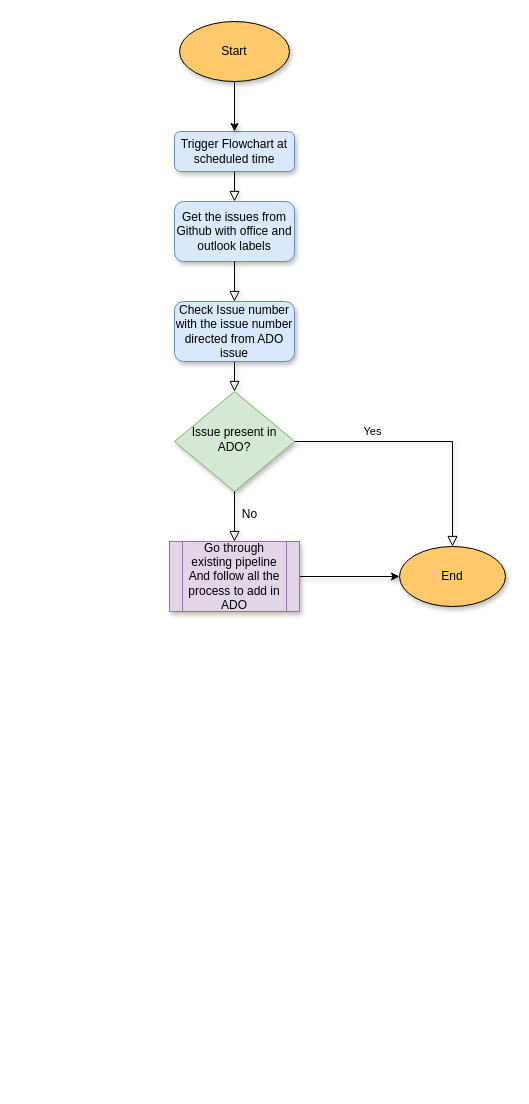
This is Untitled Diagram.drawio from contactsmriti/extensibilityMS, a draw.io file, before an edit. Source tidied: cells renumbered, new cells numbered last; positions are measured from the earlier drawing's top-left corner, leaving out a move shared by most shapes. Both pictures are drawn from the tidied source at 100%, with x=0, y=0 at pixel (169, 21).
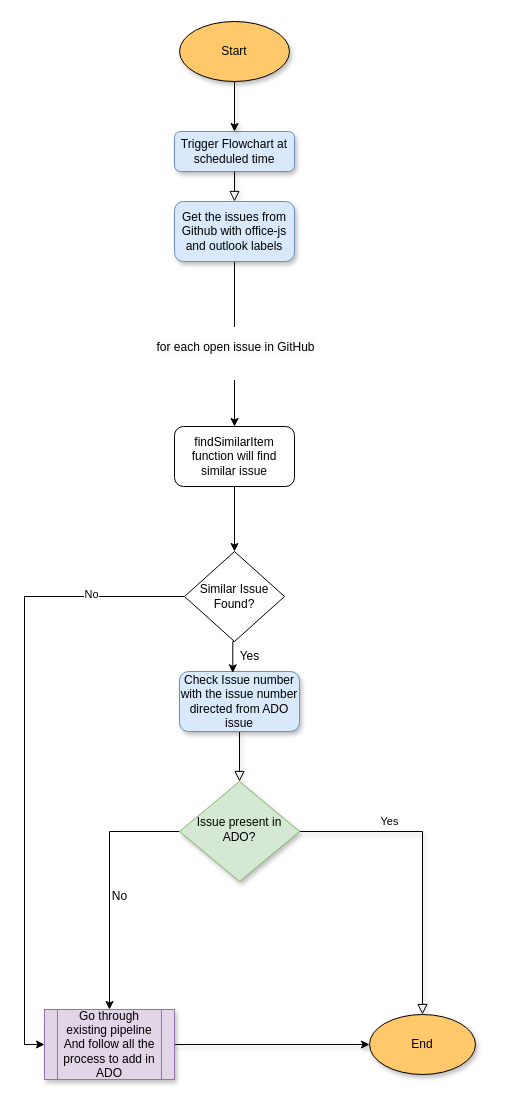
The same page after the edit.

What changed in the source:
```diff
@@
+    <mxCell id="11" style="edgeStyle=orthogonalEdgeStyle;rounded=0;jettySize=auto;html=1;entryX=0.5;entryY=0;entryDx=0;entryDy=0;" parent="1" edge="1" source="5" target="13">
+      <mxGeometry relative="1" as="geometry" />
+    </mxCell>
     <mxCell id="5" value="Issue present in ADO?" style="rhombus;whiteSpace=wrap;html=1;shadow=1;fontFamily=Helvetica;fontSize=12;align=center;strokeWidth=1;spacing=6;spacingTop=-4;fillColor=#d5e8d4;strokeColor=#82b366;" parent="1" vertex="1">
-      <mxGeometry x="5" y="370" width="120" height="100" as="geometry" />
+      <mxGeometry x="10" y="760" width="120" height="100" as="geometry" />
     </mxCell>
@@
+    <mxCell id="17" style="edgeStyle=orthogonalEdgeStyle;rounded=0;jettySize=auto;html=1;" parent="1" edge="1" source="7" target="20">
+      <mxGeometry relative="1" as="geometry" />
+    </mxCell>
+    <mxCell id="18" value="&#10;&lt;span style=&quot;color: rgb(0, 0, 0); font-family: Helvetica; font-size: 12px; font-style: normal; font-variant-ligatures: normal; font-variant-caps: normal; font-weight: 400; letter-spacing: normal; orphans: 2; text-align: center; text-indent: 0px; text-transform: none; widows: 2; word-spacing: 0px; -webkit-text-stroke-width: 0px; background-color: rgb(251, 251, 251); text-decoration-thickness: initial; text-decoration-style: initial; text-decoration-color: initial; float: none; display: inline !important;&quot;&gt;for each open issue in GitHub&lt;/span&gt;&#10;&#10;" style="edgeLabel;html=1;align=center;verticalAlign=middle;rotation=0;" parent="17" vertex="1">
+      <mxGeometry x="-0.07" y="9" relative="1" as="geometry">
+        <mxPoint x="-9" y="14" as="offset" />
+      </mxGeometry>
+    </mxCell>
-    <mxCell id="7" value="Get the issues from Github with office and outlook labels" style="rounded=1;whiteSpace=wrap;html=1;shadow=1;fillColor=#dae8fc;strokeColor=#6c8ebf;" parent="1" vertex="1">
+    <mxCell id="7" value="Get the issues from Github with office-js and outlook labels" style="rounded=1;whiteSpace=wrap;html=1;shadow=1;fillColor=#dae8fc;strokeColor=#6c8ebf;" parent="1" vertex="1">
       <mxGeometry x="5" y="180" width="120" height="60" as="geometry" />
     </mxCell>
-    <mxCell id="8" style="rounded=0;html=1;jettySize=auto;fontSize=11;endArrow=block;endFill=0;endSize=8;strokeWidth=1;shadow=1;labelBackgroundColor=none;edgeStyle=orthogonalEdgeStyle;" parent="1" edge="1" source="7" target="9">
-      <mxGeometry relative="1" as="geometry" />
-    </mxCell>
     <mxCell id="9" value="Check Issue number with the issue number directed from ADO issue" style="rounded=1;whiteSpace=wrap;html=1;shadow=1;fillColor=#dae8fc;strokeColor=#6c8ebf;" parent="1" vertex="1">
-      <mxGeometry x="5" y="280" width="120" height="60" as="geometry" />
+      <mxGeometry x="10" y="650" width="120" height="60" as="geometry" />
     </mxCell>
     <mxCell id="10" value="End" style="ellipse;whiteSpace=wrap;html=1;shadow=1;fillColor=#FFC96B;" parent="1" vertex="1">
-      <mxGeometry x="230" y="525" width="106" height="60" as="geometry" />
+      <mxGeometry x="200" y="993" width="106" height="60" as="geometry" />
     </mxCell>
-    <mxCell id="11" style="edgeStyle=orthogonalEdgeStyle;rounded=0;html=1;jettySize=auto;fontSize=11;endArrow=block;endFill=0;endSize=8;strokeWidth=1;shadow=1;labelBackgroundColor=none;entryX=0.5;entryY=0;entryDx=0;entryDy=0;" parent="1" edge="1" source="5" target="13">
-      <mxGeometry y="10" relative="1" as="geometry" />
-    </mxCell>
@@
     <mxCell id="13" value="Go through existing pipeline&lt;br&gt;And follow all the process to add in ADO" style="shape=process;whiteSpace=wrap;html=1;backgroundOutline=1;shadow=1;fillColor=#e1d5e7;strokeColor=#9673a6;" parent="1" vertex="1">
-      <mxGeometry y="520" width="130" height="70" as="geometry" />
+      <mxGeometry x="-125" y="988" width="130" height="70" as="geometry" />
     </mxCell>
@@
+    <mxCell id="19" style="edgeStyle=orthogonalEdgeStyle;rounded=0;jettySize=auto;html=1;exitX=0.5;exitY=1;exitDx=0;exitDy=0;entryX=0.5;entryY=0;entryDx=0;entryDy=0;" parent="1" edge="1" source="20" target="24">
+      <mxGeometry relative="1" as="geometry" />
+    </mxCell>
+    <mxCell id="20" value="findSimilarItem function will find similar issue" style="rounded=1;whiteSpace=wrap;html=1;" parent="1" vertex="1">
+      <mxGeometry x="5" y="405" width="120" height="60" as="geometry" />
+    </mxCell>
+    <mxCell id="21" style="edgeStyle=orthogonalEdgeStyle;rounded=0;jettySize=auto;html=1;exitX=0;exitY=0.5;exitDx=0;exitDy=0;entryX=0;entryY=0.5;entryDx=0;entryDy=0;" parent="1" edge="1" source="24" target="13">
+      <mxGeometry relative="1" as="geometry" />
+    </mxCell>
+    <mxCell id="22" value="No" style="edgeLabel;html=1;align=center;verticalAlign=middle;" parent="21" vertex="1">
+      <mxGeometry x="-0.7" y="-3" relative="1" as="geometry" />
+    </mxCell>
+    <mxCell id="23" style="edgeStyle=orthogonalEdgeStyle;rounded=0;jettySize=auto;html=1;exitX=0.5;exitY=1;exitDx=0;exitDy=0;entryX=0.444;entryY=0.022;entryDx=0;entryDy=0;entryPerimeter=0;" parent="1" edge="1" source="24" target="9">
+      <mxGeometry relative="1" as="geometry" />
+    </mxCell>
+    <mxCell id="24" value="Similar Issue Found?" style="rhombus;whiteSpace=wrap;html=1;" parent="1" vertex="1">
+      <mxGeometry x="15" y="530" width="100" height="90" as="geometry" />
+    </mxCell>
     <mxCell id="16" value="No" style="text;html=1;align=center;verticalAlign=middle;strokeColor=none;fillColor=none;" parent="1" vertex="1">
-      <mxGeometry x="60" y="478" width="40" height="30" as="geometry" />
+      <mxGeometry x="-70" y="860" width="40" height="30" as="geometry" />
     </mxCell>
+    <mxCell id="25" value="Yes" style="text;html=1;align=center;verticalAlign=middle;strokeColor=none;fillColor=none;" parent="1" vertex="1">
+      <mxGeometry x="60" y="620" width="40" height="30" as="geometry" />
+    </mxCell>
```
